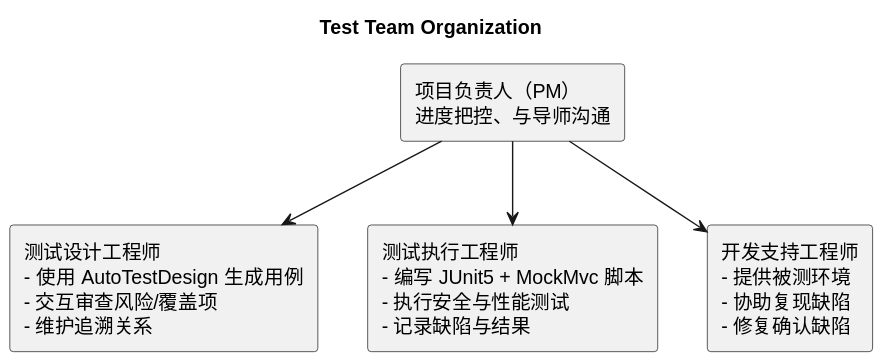
Above: 文档/image/test_plan_org_chart.svg in Crohkles/Software-Test-Assignment (PlantUML), before the change. The source it was exported from:
```plantuml
@startuml
title Test Team Organization

skinparam backgroundColor transparent
skinparam shadowing false
top to bottom direction

rectangle "项目负责人（PM）\n进度把控、与导师沟通" as PM
rectangle "测试设计工程师\n- 使用 AutoTestDesign 生成用例\n- 交互审查风险/覆盖项\n- 维护追溯关系" as Designer
rectangle "测试执行工程师\n- 编写 JUnit5 + MockMvc 脚本\n- 执行安全与性能测试\n- 记录缺陷与结果" as Executor
rectangle "开发支持工程师\n- 提供被测环境\n- 协助复现缺陷\n- 修复确认缺陷" as DevSupport

PM --> Designer
PM --> Executor
PM --> DevSupport
@enduml
```
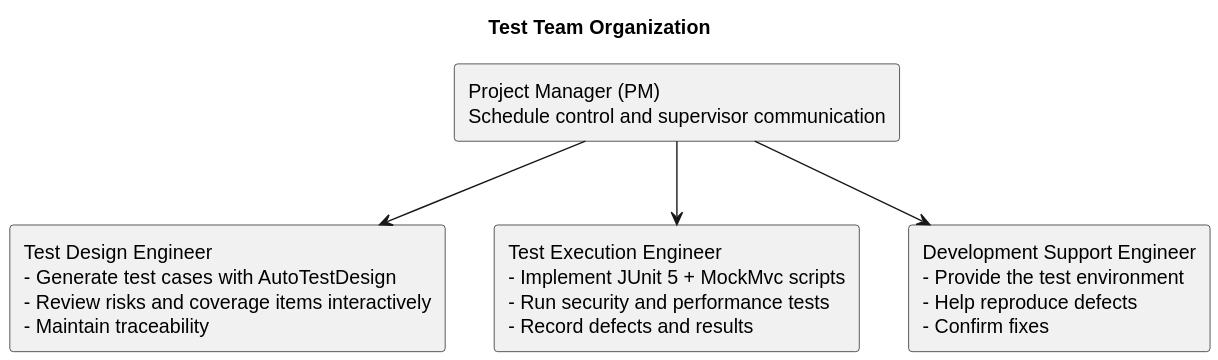
After the commit.

The edit, as a diff of the source:
```diff
@@ -5,10 +5,10 @@
 skinparam shadowing false
 top to bottom direction
 
-rectangle "项目负责人（PM）\n进度把控、与导师沟通" as PM
-rectangle "测试设计工程师\n- 使用 AutoTestDesign 生成用例\n- 交互审查风险/覆盖项\n- 维护追溯关系" as Designer
-rectangle "测试执行工程师\n- 编写 JUnit5 + MockMvc 脚本\n- 执行安全与性能测试\n- 记录缺陷与结果" as Executor
-rectangle "开发支持工程师\n- 提供被测环境\n- 协助复现缺陷\n- 修复确认缺陷" as DevSupport
+rectangle "Project Manager (PM)\nSchedule control and supervisor communication" as PM
+rectangle "Test Design Engineer\n- Generate test cases with AutoTestDesign\n- Review risks and coverage items interactively\n- Maintain traceability" as Designer
+rectangle "Test Execution Engineer\n- Implement JUnit 5 + MockMvc scripts\n- Run security and performance tests\n- Record defects and results" as Executor
+rectangle "Development Support Engineer\n- Provide the test environment\n- Help reproduce defects\n- Confirm fixes" as DevSupport
 
 PM --> Designer
 PM --> Executor
```
